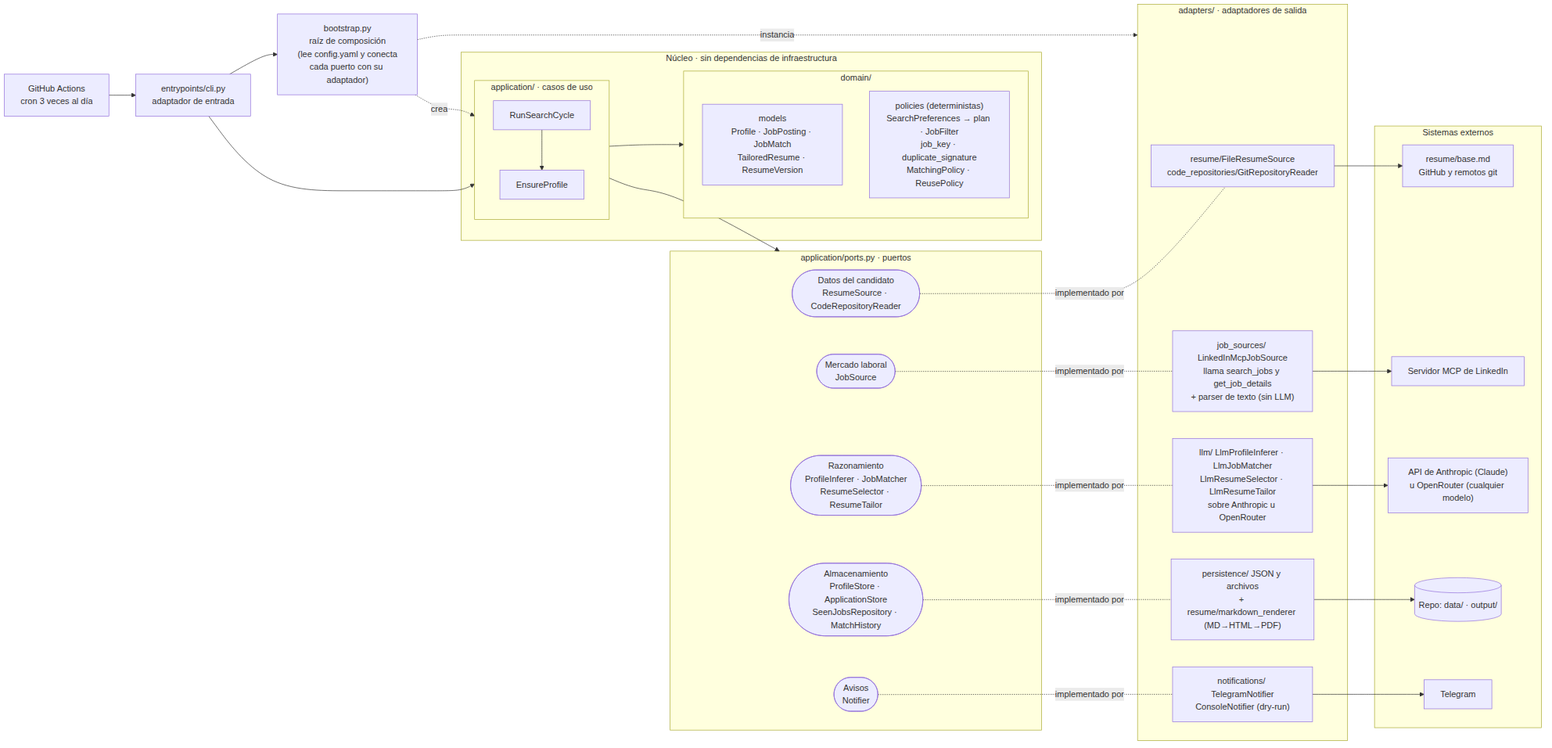
Above: docs/diagramas/componentes.png in HugoTalledos/job-search (Mermaid), before the change. Its source is kept beside it as docs/diagramas/componentes.mmd.
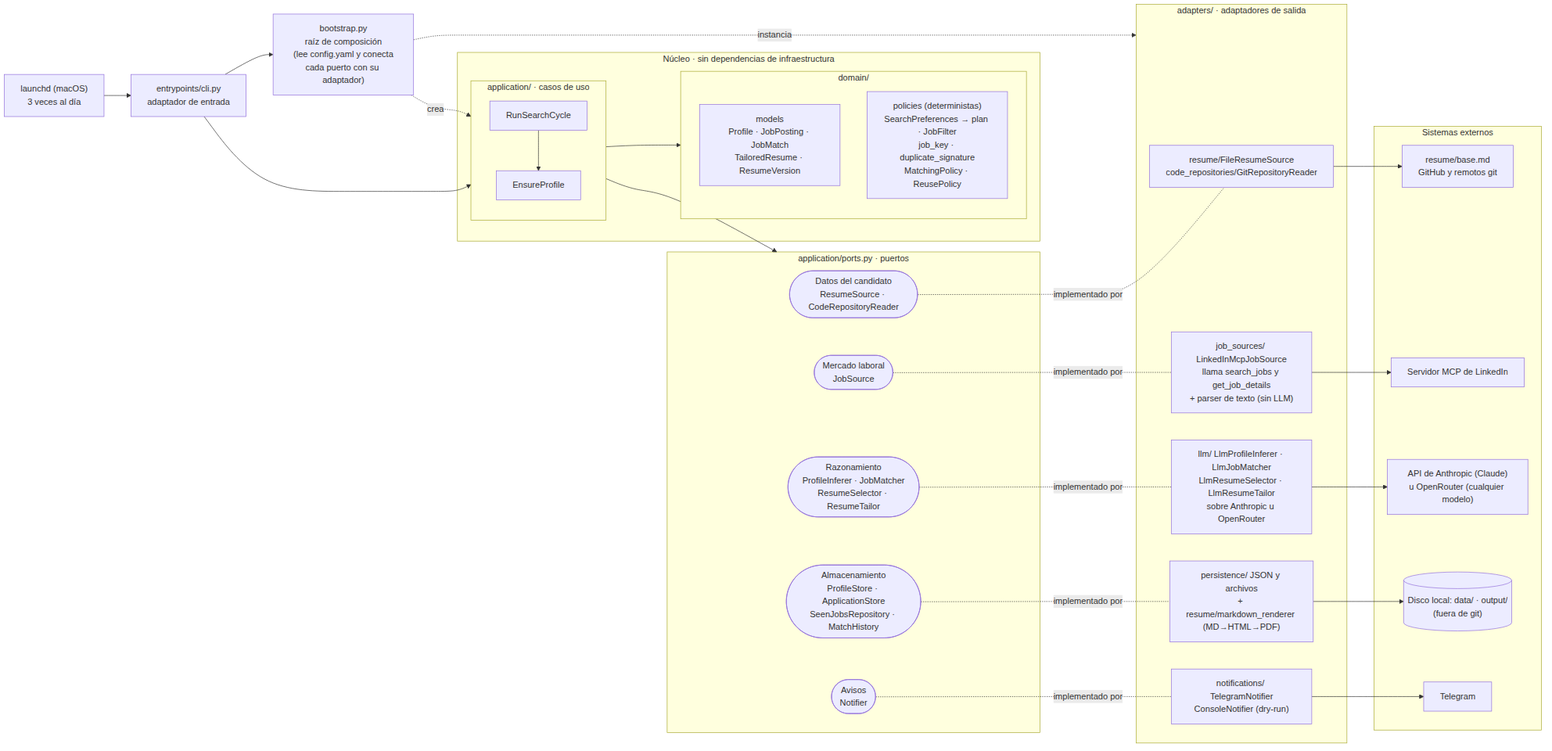
The same file after the commit.

Diff of the diagram source:
```diff
@@ -1,5 +1,5 @@
 flowchart LR
-    GHA["GitHub Actions<br/>cron 3 veces al día"]
+    GHA["launchd (macOS)<br/>3 veces al día"]
     CLI["entrypoints/cli.py<br/>adaptador de entrada"]
     BOOT["bootstrap.py<br/>raíz de composición<br/>(lee config.yaml y conecta<br/>cada puerto con su adaptador)"]
 
@@ -40,7 +40,7 @@
         E_CAND["resume/base.md<br/>GitHub y remotos git"]
         E_JOB["Servidor MCP de LinkedIn"]
         E_LLM["API de Anthropic (Claude)<br/>u OpenRouter (cualquier modelo)"]
-        E_STO[("Repo: data/ · output/")]
+        E_STO[("Disco local: data/ · output/<br/>(fuera de git)")]
         E_NOT["Telegram"]
     end
 
```
